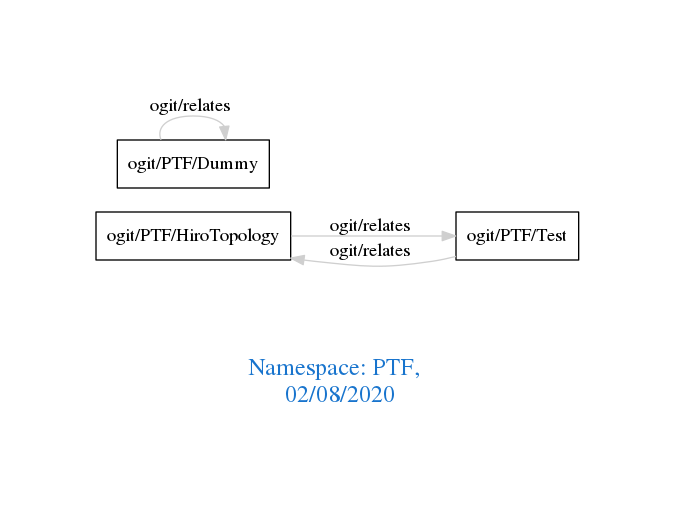
Above: downloads/PTF.png in arago/OGIT (Graphviz), before the change. Its source is kept beside it as downloads/PTF.dot.
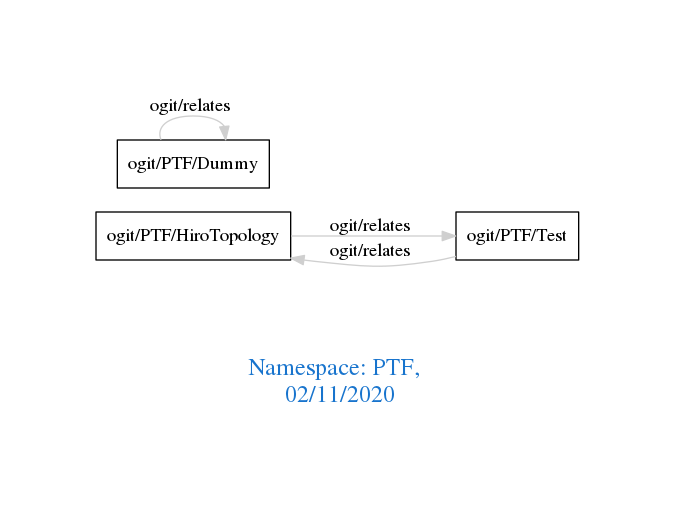
Later version of the same file.

Change to the diagram source:
```diff
@@ -1,7 +1,7 @@
 digraph OGIT_ontology {
  graph [ rankdir= LR,pad=1
 fontsize = 18,
-fontcolor= dodgerblue3,label = "\n\n\nNamespace: PTF, \n 02/08/2020"];
+fontcolor= dodgerblue3,label = "\n\n\nNamespace: PTF, \n 02/11/2020"];
 node[shape=polygon];
 edge [  color="gray81"];
 
```
